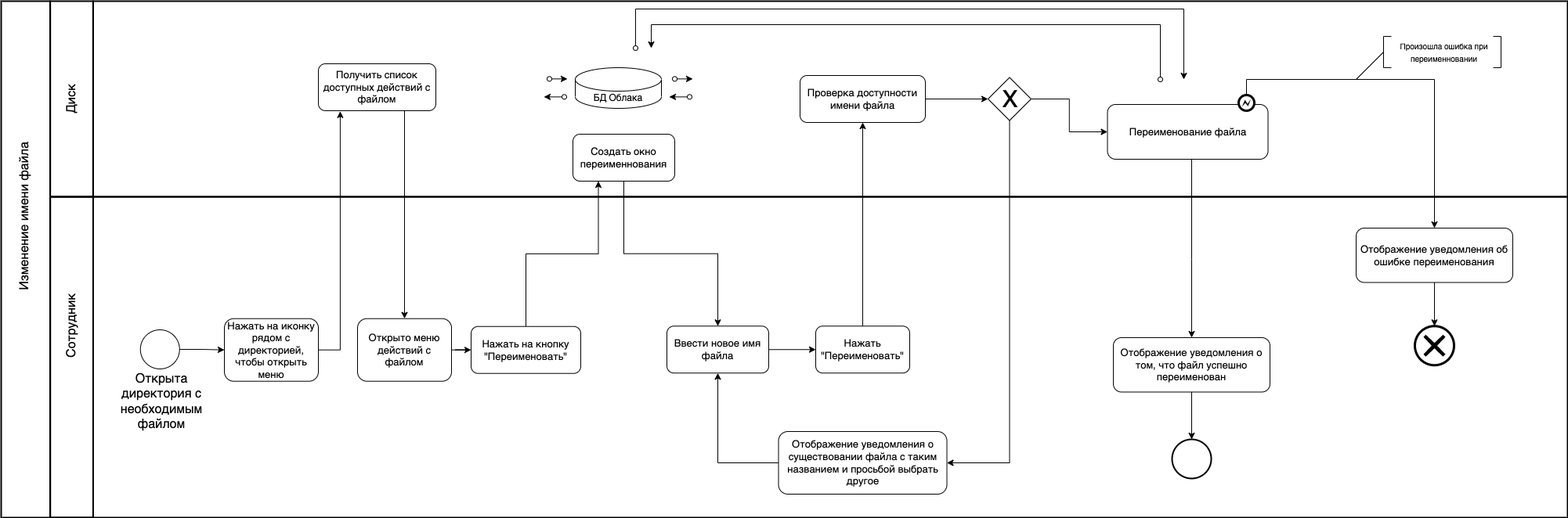
Earlier version of the draw.io export docs/bpmn/UML + BPMN-7.8.1 BPMN.drawio.png (shuv8/cloudstorage). Source tidied: cells renumbered, new cells last; positions are measured from the earlier drawing's top-left corner, leaving out a move shared by most shapes.
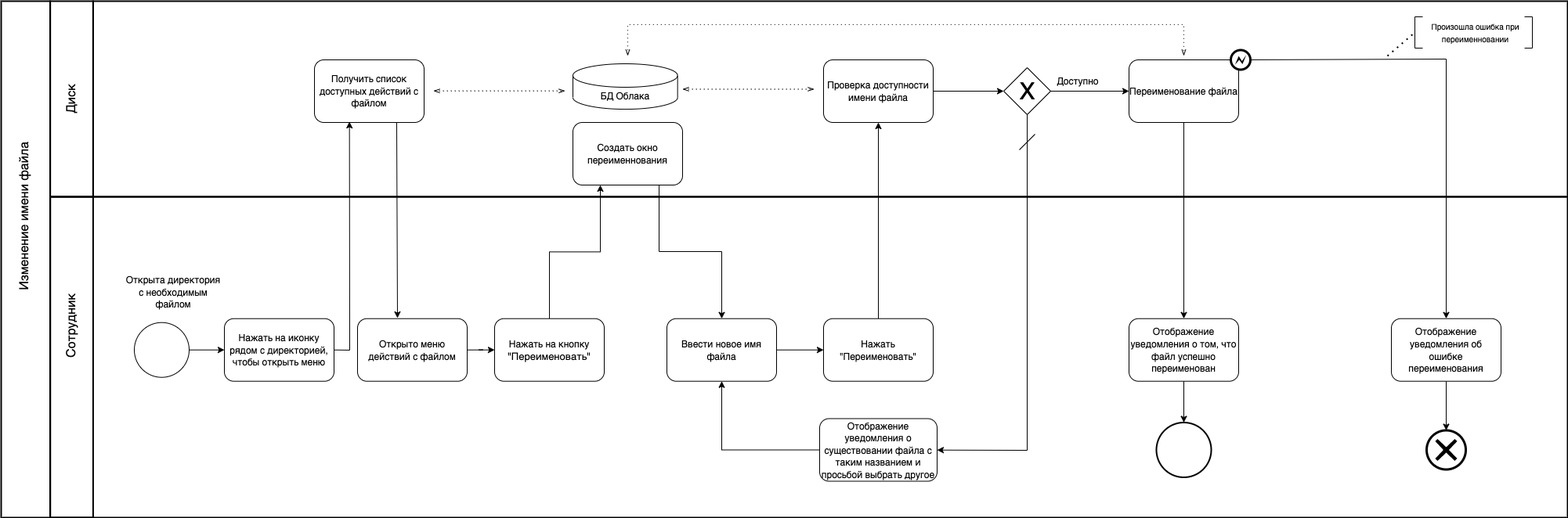
The same diagram one commit later.

Change to the diagram source:
```diff
@@ -4,2 +4,5 @@
     <mxCell id="1" parent="0" />
+    <mxCell id="61" style="rounded=0;whiteSpace=wrap;html=1;strokeWidth=2;fontSize=13;fillColor=none;" parent="1" vertex="1">
+      <mxGeometry x="187.4" width="1882.6" height="250" as="geometry" />
+    </mxCell>
     <mxCell id="2" style="rounded=0;whiteSpace=wrap;html=1;strokeWidth=2;fontSize=13;fillColor=none;" parent="1" vertex="1">
@@ -10,7 +13,7 @@
     </mxCell>
-    <mxCell id="4" value="Нажать на кнопку&lt;br&gt;&quot;Переименовать&quot;" style="rounded=1;whiteSpace=wrap;html=1;fontSize=13;" parent="1" vertex="1">
-      <mxGeometry x="670" y="415.7" width="140" height="60" as="geometry" />
+    <mxCell id="4" value="&lt;font style=&quot;font-size: 12px;&quot;&gt;Нажать на кнопку&lt;br&gt;&lt;/font&gt;&quot;Переименовать&quot;" style="rounded=1;whiteSpace=wrap;html=1;fontSize=13;" parent="1" vertex="1">
+      <mxGeometry x="700" y="405.7" width="140" height="80" as="geometry" />
     </mxCell>
     <mxCell id="5" style="ellipse;whiteSpace=wrap;html=1;fontSize=13;strokeWidth=2;" parent="1" vertex="1">
-      <mxGeometry x="1565" y="560" width="50" height="50" as="geometry" />
+      <mxGeometry x="1545" y="538.5" width="70" height="70" as="geometry" />
     </mxCell>
@@ -37,4 +40,4 @@
     </mxCell>
-    <mxCell id="13" value="Отображение уведомления о том, что файл успешно переименован" style="rounded=1;whiteSpace=wrap;html=1;fontSize=13;" parent="1" vertex="1">
-      <mxGeometry x="1490" y="430" width="200" height="69.5" as="geometry" />
+    <mxCell id="13" value="&lt;font style=&quot;font-size: 12px;&quot;&gt;Отображение уведомления о том, что файл успешно переименован&lt;/font&gt;" style="rounded=1;whiteSpace=wrap;html=1;fontSize=13;" parent="1" vertex="1">
+      <mxGeometry x="1510" y="405.7" width="140" height="80" as="geometry" />
     </mxCell>
@@ -48,10 +51,2 @@
     </mxCell>
-    <mxCell id="16" style="edgeStyle=orthogonalEdgeStyle;rounded=0;jettySize=auto;html=1;entryX=0.5;entryY=0;entryDx=0;entryDy=0;" parent="1" edge="1" source="41" target="13">
-      <mxGeometry relative="1" as="geometry">
-        <Array as="points">
-          <mxPoint x="1590" y="330" />
-          <mxPoint x="1590" y="330" />
-        </Array>
-      </mxGeometry>
-    </mxCell>
     <mxCell id="17" style="edgeStyle=orthogonalEdgeStyle;rounded=0;jettySize=auto;html=1;fontSize=11;" parent="1" edge="1" source="18" target="20">
@@ -59,4 +54,4 @@
     </mxCell>
-    <mxCell id="18" value="Ввести новое имя файла" style="rounded=1;whiteSpace=wrap;html=1;fontSize=13;" parent="1" vertex="1">
-      <mxGeometry x="920" y="415.2" width="130" height="60" as="geometry" />
+    <mxCell id="18" value="&lt;font style=&quot;font-size: 12px;&quot;&gt;Ввести новое имя файла&lt;/font&gt;" style="rounded=1;whiteSpace=wrap;html=1;fontSize=13;" parent="1" vertex="1">
+      <mxGeometry x="920" y="405.7" width="140" height="80" as="geometry" />
     </mxCell>
@@ -65,4 +60,4 @@
     </mxCell>
-    <mxCell id="20" value="Нажать&lt;br&gt;&quot;Переименовать&quot;" style="rounded=1;whiteSpace=wrap;html=1;fontSize=13;" parent="1" vertex="1">
-      <mxGeometry x="1110" y="415.2" width="120" height="60" as="geometry" />
+    <mxCell id="20" value="&lt;font style=&quot;font-size: 12px;&quot;&gt;Нажать&lt;br&gt;&quot;Переименовать&quot;&lt;/font&gt;" style="rounded=1;whiteSpace=wrap;html=1;fontSize=13;" parent="1" vertex="1">
+      <mxGeometry x="1120" y="405.7" width="140" height="80" as="geometry" />
     </mxCell>
@@ -71,14 +66,7 @@
     </mxCell>
-    <mxCell id="22" value="Отображение уведомления об ошибке переименования" style="rounded=1;whiteSpace=wrap;html=1;fontSize=13;" parent="1" vertex="1">
-      <mxGeometry x="1800" y="290" width="200" height="69.5" as="geometry" />
+    <mxCell id="22" value="&lt;font style=&quot;font-size: 12px;&quot;&gt;Отображение уведомления об ошибке переименования&lt;/font&gt;" style="rounded=1;whiteSpace=wrap;html=1;fontSize=13;" parent="1" vertex="1">
+      <mxGeometry x="1845" y="405.7" width="140" height="80" as="geometry" />
     </mxCell>
-    <mxCell id="23" style="edgeStyle=orthogonalEdgeStyle;rounded=0;jettySize=auto;html=1;entryX=1;entryY=0.5;entryDx=0;entryDy=0;" parent="1" edge="1" source="24" target="28">
-      <mxGeometry relative="1" as="geometry">
-        <Array as="points">
-          <mxPoint x="1358" y="590" />
-        </Array>
-      </mxGeometry>
-    </mxCell>
     <mxCell id="24" style="rhombus;whiteSpace=wrap;html=1;" parent="1" vertex="1">
-      <mxGeometry x="1330" y="97.5" width="55" height="55" as="geometry" />
+      <mxGeometry x="1350" y="85" width="60" height="60" as="geometry" />
     </mxCell>
@@ -88,3 +76,3 @@
     <mxCell id="26" value="&lt;font style=&quot;font-size: 30px&quot;&gt;X&lt;/font&gt;" style="text;html=1;align=center;verticalAlign=middle;" parent="1" vertex="1">
-      <mxGeometry x="1337.5" y="109.8" width="40" height="30" as="geometry" />
+      <mxGeometry x="1360" y="100" width="40" height="30" as="geometry" />
     </mxCell>
@@ -93,4 +81,4 @@
     </mxCell>
-    <mxCell id="28" value="Отображение уведомления о существовании файла с таким названием и просьбой выбрать другое" style="rounded=1;whiteSpace=wrap;html=1;fontSize=13;" parent="1" vertex="1">
-      <mxGeometry x="1062.5" y="550" width="215" height="80" as="geometry" />
+    <mxCell id="28" value="&lt;font style=&quot;font-size: 12px;&quot;&gt;Отображение уведомления о существовании файла с таким названием и просьбой выбрать другое&lt;/font&gt;" style="rounded=1;whiteSpace=wrap;html=1;fontSize=13;" parent="1" vertex="1">
+      <mxGeometry x="1115" y="533.5" width="150" height="80" as="geometry" />
     </mxCell>
@@ -100,6 +88,6 @@
     <mxCell id="30" style="ellipse;whiteSpace=wrap;html=1;fontSize=13;" parent="29" vertex="1">
-      <mxGeometry x="37.8" y="250" width="50" height="50" as="geometry" />
+      <mxGeometry x="30" y="240.7" width="70" height="70" as="geometry" />
     </mxCell>
-    <mxCell id="31" value="Нажать на иконку рядом с директорией, чтобы открыть меню" style="rounded=1;whiteSpace=wrap;html=1;fontSize=13;" parent="29" vertex="1">
-      <mxGeometry x="145" y="235.7" width="120" height="80" as="geometry" />
+    <mxCell id="31" value="&lt;font style=&quot;font-size: 12px;&quot;&gt;Нажать на иконку рядом с директорией, чтобы открыть меню&lt;/font&gt;" style="rounded=1;whiteSpace=wrap;html=1;fontSize=13;" parent="29" vertex="1">
+      <mxGeometry x="145" y="235.7" width="140" height="80" as="geometry" />
     </mxCell>
@@ -108,51 +96,24 @@
     </mxCell>
-    <mxCell id="33" value="&lt;font style=&quot;font-size: 16px&quot;&gt;Открыта директория с необходимым файлом&lt;/font&gt;" style="text;html=1;strokeColor=none;fillColor=none;align=center;verticalAlign=middle;whiteSpace=wrap;rounded=0;fontSize=13;rotation=0;" parent="29" vertex="1">
-      <mxGeometry y="320" width="130" height="43.5" as="geometry" />
+    <mxCell id="33" value="&lt;font style=&quot;font-size: 12px;&quot;&gt;Открыта директория с необходимым файлом&lt;/font&gt;" style="text;html=1;strokeColor=none;fillColor=none;align=center;verticalAlign=middle;whiteSpace=wrap;rounded=0;fontSize=13;rotation=0;" parent="29" vertex="1">
+      <mxGeometry x="15" y="180" width="130" height="43.5" as="geometry" />
     </mxCell>
-    <mxCell id="34" value="Открыто меню действий с файлом" style="rounded=1;whiteSpace=wrap;html=1;fontSize=13;" parent="29" vertex="1">
-      <mxGeometry x="315" y="235.7" width="120" height="80" as="geometry" />
+    <mxCell id="34" value="&lt;font style=&quot;font-size: 12px;&quot;&gt;Открыто меню действий с файлом&lt;/font&gt;" style="rounded=1;whiteSpace=wrap;html=1;fontSize=13;" parent="29" vertex="1">
+      <mxGeometry x="315" y="235.7" width="140" height="80" as="geometry" />
     </mxCell>
-    <mxCell id="35" value="Получить список доступных действий с файлом" style="rounded=1;whiteSpace=wrap;html=1;fontSize=13;" parent="1" vertex="1">
-      <mxGeometry x="475" y="80" width="150" height="60" as="geometry" />
+    <mxCell id="35" value="&lt;font style=&quot;font-size: 12px;&quot;&gt;Получить список доступных действий с файлом&lt;/font&gt;" style="rounded=1;whiteSpace=wrap;html=1;fontSize=13;" parent="1" vertex="1">
+      <mxGeometry x="470" y="75" width="140" height="80" as="geometry" />
     </mxCell>
-    <mxCell id="36" style="edgeStyle=orthogonalEdgeStyle;rounded=0;jettySize=auto;html=1;entryX=0.186;entryY=1.013;entryDx=0;entryDy=0;entryPerimeter=0;" parent="1" edge="1" source="31" target="35">
-      <mxGeometry relative="1" as="geometry">
-        <Array as="points">
-          <mxPoint x="502" y="446" />
-          <mxPoint x="502" y="141" />
-        </Array>
-      </mxGeometry>
-    </mxCell>
-    <mxCell id="37" style="edgeStyle=orthogonalEdgeStyle;rounded=0;jettySize=auto;html=1;entryX=0.5;entryY=0;entryDx=0;entryDy=0;exitX=0.75;exitY=1;exitDx=0;exitDy=0;" parent="1" edge="1" source="35" target="34">
-      <mxGeometry relative="1" as="geometry">
-        <Array as="points">
-          <mxPoint x="585" y="140" />
-        </Array>
-      </mxGeometry>
-    </mxCell>
     <mxCell id="38" style="edgeStyle=orthogonalEdgeStyle;rounded=0;jettySize=auto;html=1;entryX=0.5;entryY=0;entryDx=0;entryDy=0;" parent="1" edge="1" source="39" target="18">
-      <mxGeometry relative="1" as="geometry" />
+      <mxGeometry relative="1" as="geometry">
+        <Array as="points">
+          <mxPoint x="910" y="320" />
+          <mxPoint x="990" y="320" />
+        </Array>
+      </mxGeometry>
     </mxCell>
-    <mxCell id="39" value="Создать окно переименнования" style="rounded=1;whiteSpace=wrap;html=1;fontSize=13;" parent="1" vertex="1">
-      <mxGeometry x="800" y="170" width="130" height="60" as="geometry" />
+    <mxCell id="39" value="&lt;font style=&quot;font-size: 12px;&quot;&gt;Создать окно переименнования&lt;/font&gt;" style="rounded=1;whiteSpace=wrap;html=1;fontSize=13;" parent="1" vertex="1">
+      <mxGeometry x="800" y="155" width="140" height="80" as="geometry" />
     </mxCell>
-    <mxCell id="40" style="group;" parent="1" vertex="1">
-      <mxGeometry x="1550" y="80" width="192.5" height="122" as="geometry" />
-    </mxCell>
-    <mxCell id="41" value="Переименование файла" style="rounded=1;whiteSpace=wrap;html=1;fontSize=13;" parent="40" vertex="1">
-      <mxGeometry x="-67.5" y="52" width="205" height="70" as="geometry" />
-    </mxCell>
-    <mxCell id="42" style="shape=mxgraph.bpmn.shape;html=1;verticalLabelPosition=bottom;labelBackgroundColor=#ffffff;verticalAlign=top;align=center;perimeter=ellipsePerimeter;outlineConnect=0;outline=end;symbol=error;" parent="40" vertex="1">
-      <mxGeometry x="100" y="40" width="20" height="20" as="geometry" />
-    </mxCell>
-    <mxCell id="43" style="edgeStyle=orthogonalEdgeStyle;rounded=0;jettySize=auto;html=1;entryX=0.5;entryY=0;entryDx=0;entryDy=0;" parent="1" edge="1" source="42" target="22">
-      <mxGeometry relative="1" as="geometry">
-        <Array as="points">
-          <mxPoint x="1660" y="100" />
-          <mxPoint x="1900" y="100" />
-        </Array>
-      </mxGeometry>
-    </mxCell>
     <mxCell id="44" style="group;" parent="1" vertex="1">
-      <mxGeometry x="1800" y="45" width="185" height="55" as="geometry" />
+      <mxGeometry x="1840" y="20" width="185" height="55" as="geometry" />
     </mxCell>
@@ -170,7 +131,7 @@
     </mxCell>
-    <mxCell id="49" style="endArrow=none;html=1;rounded=0;entryX=0.5;entryY=1;entryDx=0;entryDy=0;" parent="46" edge="1" target="47">
-      <mxGeometry relative="1" as="geometry">
-        <mxPoint y="55" as="sourcePoint" />
-      </mxGeometry>
-    </mxCell>
+    <mxCell id="62" style="endArrow=none;dashed=1;html=1;dashPattern=1 3;strokeWidth=2;rounded=0;fontSize=12;entryX=0.5;entryY=1;entryDx=0;entryDy=0;" parent="46" edge="1" target="47">
+      <mxGeometry relative="1" as="geometry">
+        <mxPoint y="50" as="sourcePoint" />
+      </mxGeometry>
+    </mxCell>
     <mxCell id="50" style="edgeStyle=orthogonalEdgeStyle;rounded=0;jettySize=auto;html=1;entryX=0;entryY=0.5;entryDx=0;entryDy=0;" parent="1" edge="1" source="51" target="24">
@@ -178,61 +139,77 @@
     </mxCell>
-    <mxCell id="51" value="Проверка доступности имени файла" style="rounded=1;whiteSpace=wrap;html=1;fontSize=13;" parent="1" vertex="1">
-      <mxGeometry x="1090" y="95" width="160" height="60" as="geometry" />
+    <mxCell id="51" value="&lt;font style=&quot;font-size: 12px;&quot;&gt;Проверка доступности имени файла&lt;/font&gt;" style="rounded=1;whiteSpace=wrap;html=1;fontSize=13;" parent="1" vertex="1">
+      <mxGeometry x="1120" y="75" width="140" height="80" as="geometry" />
     </mxCell>
-    <mxCell id="52" style="group;" parent="1" vertex="1">
-      <mxGeometry x="770" y="80" width="220" height="62" as="geometry" />
-    </mxCell>
+    <mxCell id="58" style="points=[[0.145,0.145,0],[0.5,0,0],[0.855,0.145,0],[1,0.5,0],[0.855,0.855,0],[0.5,1,0],[0.145,0.855,0],[0,0.5,0]];shape=mxgraph.bpmn.event;html=1;verticalLabelPosition=bottom;labelBackgroundColor=#ffffff;verticalAlign=top;align=center;perimeter=ellipsePerimeter;outlineConnect=0;outline=end;symbol=cancel;" parent="1" vertex="1">
+      <mxGeometry x="1890" y="548.5" width="50" height="50" as="geometry" />
+    </mxCell>
+    <mxCell id="36" style="endArrow=classic;html=1;rounded=0;fontSize=12;exitX=1;exitY=0.5;exitDx=0;exitDy=0;entryX=0.319;entryY=0.988;entryDx=0;entryDy=0;entryPerimeter=0;" parent="1" edge="1" source="31" target="35">
+      <mxGeometry relative="1" as="geometry">
+        <Array as="points">
+          <mxPoint x="515" y="446" />
+        </Array>
+      </mxGeometry>
+    </mxCell>
+    <mxCell id="63" style="endArrow=classic;html=1;rounded=0;fontSize=12;exitX=0.75;exitY=1;exitDx=0;exitDy=0;" parent="1" edge="1" source="35">
+      <mxGeometry relative="1" as="geometry">
+        <mxPoint x="576" y="405" as="targetPoint" />
+      </mxGeometry>
+    </mxCell>
+    <mxCell id="64" style="edgeStyle=elbowEdgeStyle;fontSize=12;html=1;endFill=0;startFill=0;endSize=6;startSize=6;dashed=1;dashPattern=1 4;endArrow=openThin;startArrow=openThin;rounded=0;jumpStyle=none;exitX=1;exitY=0.5;exitDx=0;exitDy=0;entryX=0;entryY=0.5;entryDx=0;entryDy=0;entryPerimeter=0;" parent="1" edge="1">
+      <mxGeometry relative="1" as="geometry">
+        <mxPoint x="622" y="114.7" as="sourcePoint" />
+        <mxPoint x="790" y="114.7" as="targetPoint" />
+      </mxGeometry>
+    </mxCell>
+    <mxCell id="65" style="edgeStyle=elbowEdgeStyle;fontSize=12;html=1;endFill=0;startFill=0;endSize=6;startSize=6;dashed=1;dashPattern=1 4;endArrow=openThin;startArrow=openThin;rounded=0;jumpStyle=none;exitX=1;exitY=0.5;exitDx=0;exitDy=0;entryX=0;entryY=0.5;entryDx=0;entryDy=0;entryPerimeter=0;" parent="1" edge="1">
+      <mxGeometry relative="1" as="geometry">
+        <mxPoint x="940" y="112.5" as="sourcePoint" />
+        <mxPoint x="1108" y="112.5" as="targetPoint" />
+      </mxGeometry>
+    </mxCell>
+    <mxCell id="66" style="edgeStyle=orthogonalEdgeStyle;fontSize=12;html=1;endFill=0;startFill=0;endSize=6;startSize=6;dashed=1;dashPattern=1 4;endArrow=openThin;startArrow=openThin;rounded=0;jumpStyle=none;" parent="1" edge="1">
+      <mxGeometry relative="1" as="geometry">
+        <mxPoint x="870" y="70" as="sourcePoint" />
+        <mxPoint x="1580" y="70" as="targetPoint" />
+        <Array as="points">
+          <mxPoint x="870" y="30" />
+          <mxPoint x="1580" y="30" />
+        </Array>
+      </mxGeometry>
+    </mxCell>
+    <mxCell id="41" value="&lt;font style=&quot;font-size: 12px;&quot;&gt;Переименование файла&lt;/font&gt;" style="rounded=1;whiteSpace=wrap;html=1;fontSize=13;" parent="1" vertex="1">
+      <mxGeometry x="1510" y="75" width="140" height="80" as="geometry" />
+    </mxCell>
-    <mxCell id="53" value="БД Облака" style="shape=cylinder3;whiteSpace=wrap;html=1;boundedLbl=1;backgroundOutline=1;size=15;" parent="52" vertex="1">
-      <mxGeometry x="33" y="5" width="110" height="52" as="geometry" />
+    <mxCell id="53" value="БД Облака" style="shape=cylinder3;whiteSpace=wrap;html=1;boundedLbl=1;backgroundOutline=1;size=15;" parent="1" vertex="1">
+      <mxGeometry x="800" y="80" width="133.6" height="58.1" as="geometry" />
     </mxCell>
-    <mxCell id="54" style="endArrow=classic;html=1;rounded=0;startArrow=oval;startFill=0;entryX=0.591;entryY=0.44;entryDx=0;entryDy=0;entryPerimeter=0;" parent="52" edge="1">
-      <mxGeometry relative="1" as="geometry">
-        <mxPoint x="160" y="19.4" as="sourcePoint" />
-        <mxPoint x="183" y="19.4" as="targetPoint" />
-      </mxGeometry>
-    </mxCell>
-    <mxCell id="55" style="endArrow=classic;html=1;rounded=0;startArrow=oval;startFill=0;exitX=0.583;exitY=0.531;exitDx=0;exitDy=0;exitPerimeter=0;" parent="52" edge="1">
-      <mxGeometry relative="1" as="geometry">
-        <mxPoint x="179" y="42.4" as="sourcePoint" />
-        <mxPoint x="153" y="42.4" as="targetPoint" />
-      </mxGeometry>
-    </mxCell>
-    <mxCell id="56" style="endArrow=classic;html=1;rounded=0;startArrow=oval;startFill=0;exitX=0.37;exitY=0.44;exitDx=0;exitDy=0;exitPerimeter=0;" parent="52" edge="1">
-      <mxGeometry relative="1" as="geometry">
-        <mxPoint y="19.4" as="sourcePoint" />
-        <mxPoint x="23" y="19.4" as="targetPoint" />
-      </mxGeometry>
-    </mxCell>
-    <mxCell id="57" style="endArrow=classic;html=1;rounded=0;startArrow=oval;startFill=0;entryX=0.37;entryY=0.531;entryDx=0;entryDy=0;entryPerimeter=0;" parent="52" edge="1">
-      <mxGeometry relative="1" as="geometry">
-        <mxPoint x="19" y="42.3" as="sourcePoint" />
-        <mxPoint x="-7" y="42.3" as="targetPoint" />
-      </mxGeometry>
-    </mxCell>
-    <mxCell id="58" style="points=[[0.145,0.145,0],[0.5,0,0],[0.855,0.145,0],[1,0.5,0],[0.855,0.855,0],[0.5,1,0],[0.145,0.855,0],[0,0.5,0]];shape=mxgraph.bpmn.event;html=1;verticalLabelPosition=bottom;labelBackgroundColor=#ffffff;verticalAlign=top;align=center;perimeter=ellipsePerimeter;outlineConnect=0;outline=end;symbol=cancel;" parent="1" vertex="1">
-      <mxGeometry x="1875" y="415.2" width="50" height="50" as="geometry" />
-    </mxCell>
-    <mxCell id="59" style="endArrow=classic;html=1;rounded=0;startArrow=oval;startFill=0;" parent="1" edge="1">
-      <mxGeometry relative="1" as="geometry">
-        <mxPoint x="880" y="60" as="sourcePoint" />
-        <mxPoint x="1580" y="100" as="targetPoint" />
-        <Array as="points">
-          <mxPoint x="880" y="10" />
-          <mxPoint x="1580" y="10" />
-        </Array>
-      </mxGeometry>
-    </mxCell>
-    <mxCell id="60" style="endArrow=classic;html=1;rounded=0;startArrow=oval;startFill=0;" parent="1" edge="1">
-      <mxGeometry relative="1" as="geometry">
-        <mxPoint x="1550" y="100" as="sourcePoint" />
-        <mxPoint x="900" y="60" as="targetPoint" />
-        <Array as="points">
-          <mxPoint x="1550" y="30" />
-          <mxPoint x="900" y="30" />
-        </Array>
-      </mxGeometry>
-    </mxCell>
-    <mxCell id="61" style="rounded=0;whiteSpace=wrap;html=1;strokeWidth=2;fontSize=13;fillColor=none;" parent="1" vertex="1">
-      <mxGeometry x="187.4" width="1882.6" height="250" as="geometry" />
-    </mxCell>
+    <mxCell id="23" style="endArrow=classic;html=1;rounded=0;fontSize=12;" parent="1" edge="1" source="24" target="28">
+      <mxGeometry relative="1" as="geometry">
+        <Array as="points">
+          <mxPoint x="1380" y="574" />
+        </Array>
+      </mxGeometry>
+    </mxCell>
+    <mxCell id="67" value="&lt;font style=&quot;font-size: 12px;&quot;&gt;Доступно&lt;/font&gt;" style="text;html=1;strokeColor=none;fillColor=none;align=center;verticalAlign=middle;whiteSpace=wrap;rounded=0;fontSize=13;rotation=0;" parent="1" vertex="1">
+      <mxGeometry x="1380" y="80" width="130" height="43.5" as="geometry" />
+    </mxCell>
+    <mxCell id="68" style="endArrow=none;html=1;rounded=0;fontSize=12;jumpStyle=none;" parent="1" edge="1">
+      <mxGeometry relative="1" as="geometry">
+        <mxPoint x="1370" y="190" as="sourcePoint" />
+        <mxPoint x="1390" y="170" as="targetPoint" />
+      </mxGeometry>
+    </mxCell>
+    <mxCell id="16" style="endArrow=classic;html=1;rounded=0;fontSize=12;" parent="1" edge="1" source="41" target="13">
+      <mxGeometry relative="1" as="geometry" />
+    </mxCell>
+    <mxCell id="42" style="shape=mxgraph.bpmn.shape;html=1;verticalLabelPosition=bottom;labelBackgroundColor=#ffffff;verticalAlign=top;align=center;perimeter=ellipsePerimeter;outlineConnect=0;outline=end;symbol=error;" parent="1" vertex="1">
+      <mxGeometry x="1640" y="62.5" width="25" height="25" as="geometry" />
+    </mxCell>
+    <mxCell id="43" style="endArrow=classic;html=1;rounded=0;fontSize=12;" parent="1" edge="1" source="42" target="22">
+      <mxGeometry relative="1" as="geometry">
+        <Array as="points">
+          <mxPoint x="1915" y="74" />
+        </Array>
+      </mxGeometry>
+    </mxCell>
   </root>
```
